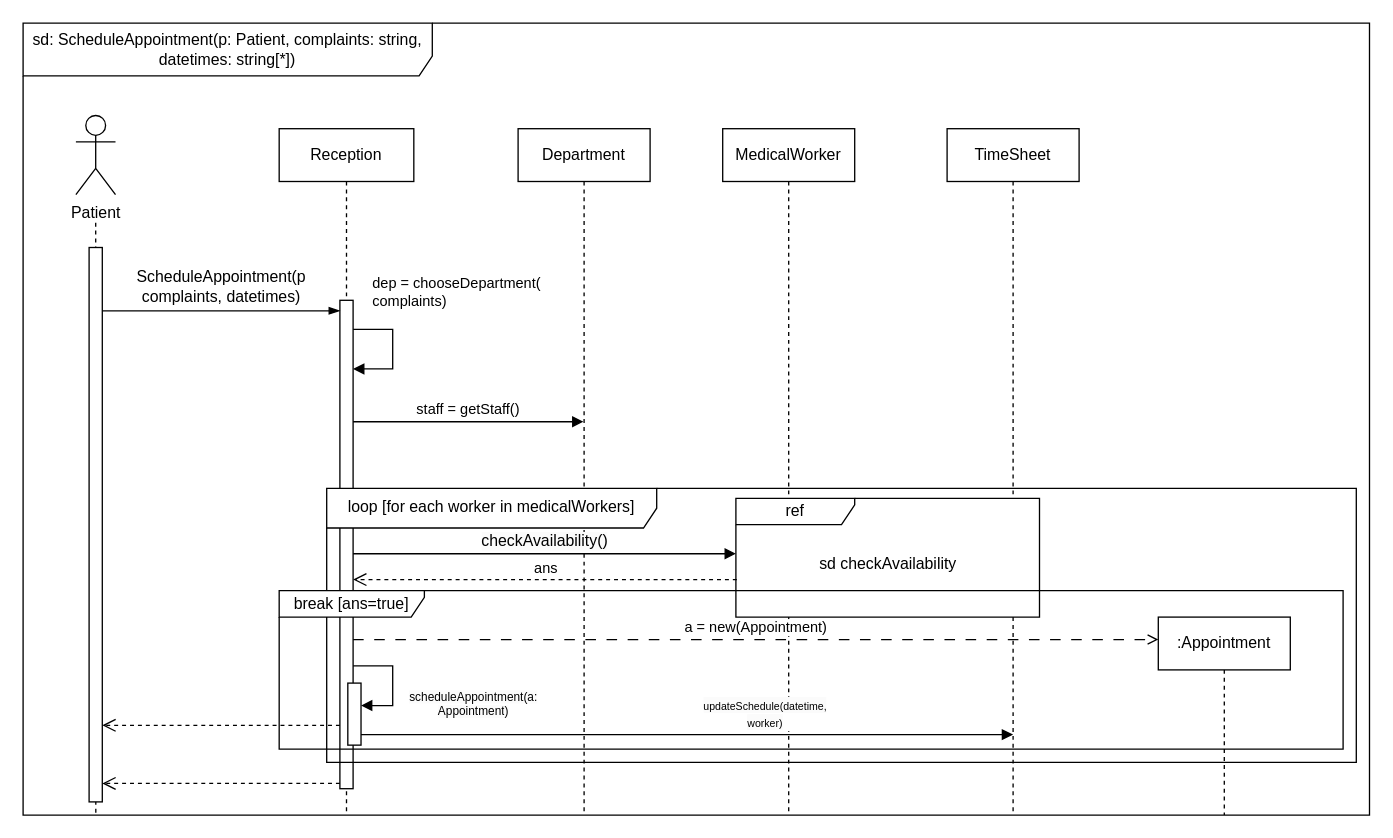
Above: page "SD1" (1 of 3) of lab2/.drawio/SD.drawio in nedeadinside/oaoaoaoaoaoaoaoa (draw.io), before the change. Source tidied: cells renumbered, new cells numbered last; positions are measured from the earlier drawing's top-left corner, leaving out a move shared by most shapes. Both pictures are drawn from the tidied source at 132%, with x=0, y=0 at pixel (22, 22).
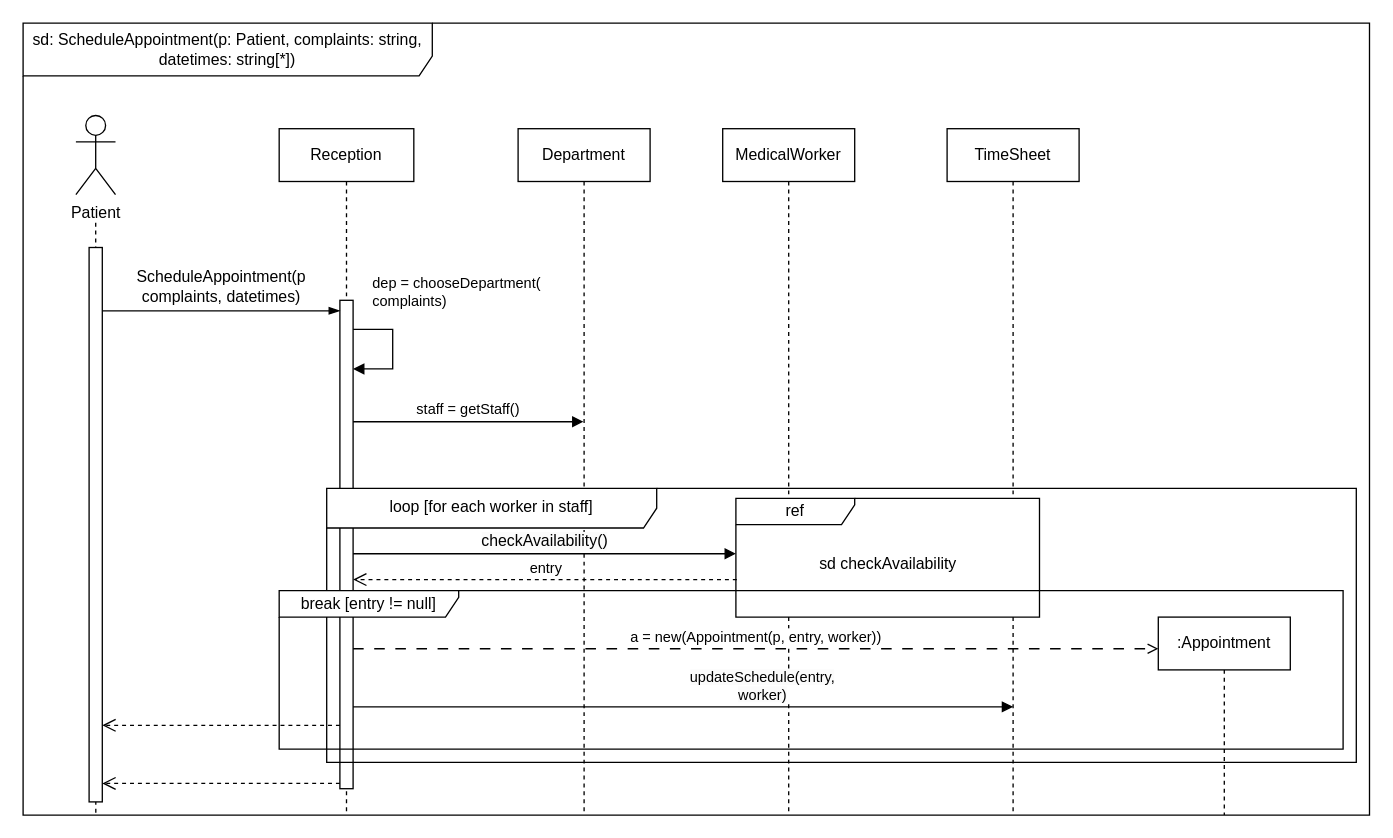
After the change.

Unchanged cells that the change refers to:
```xml
<mxCell id="10" style="html=1;points=[[0,0,0,0,5],[0,1,0,0,-5],[1,0,0,0,5],[1,1,0,0,-5]];perimeter=orthogonalPerimeter;outlineConnect=0;targetShapes=umlLifeline;portConstraint=eastwest;newEdgeStyle={&quot;curved&quot;:0,&quot;rounded&quot;:0};" parent="1" vertex="1">
  <mxGeometry x="240" y="210" width="10" height="370" as="geometry" />
</mxCell>
<mxCell id="15" value="ref" style="shape=umlFrame;whiteSpace=wrap;html=1;gradientColor=none;swimlaneFillColor=default;width=90;height=20;" parent="1" vertex="1">
  <mxGeometry x="540" y="360" width="230" height="90" as="geometry" />
</mxCell>
```

Diff of the diagram source:
```diff
@@
-    <mxCell id="18" value="loop [for each worker in medicalWorkers]" style="shape=umlFrame;whiteSpace=wrap;html=1;width=250;height=30;" parent="1" vertex="1">
+    <mxCell id="18" value="loop [for each worker in staff]" style="shape=umlFrame;whiteSpace=wrap;html=1;width=250;height=30;" parent="1" vertex="1">
       <mxGeometry x="230" y="352.5" width="780" height="207.5" as="geometry" />
     </mxCell>
@@
-    <mxCell id="20" value="break [ans=true]" style="shape=umlFrame;whiteSpace=wrap;html=1;width=110;height=20;" parent="1" vertex="1">
+    <mxCell id="20" value="break [entry != null]" style="shape=umlFrame;whiteSpace=wrap;html=1;width=136;height=20;" parent="1" vertex="1">
       <mxGeometry x="194" y="430" width="806" height="120" as="geometry" />
     </mxCell>
-    <mxCell id="21" style="html=1;perimeter=orthogonalPerimeter;targetShapes=umlLifeline;newEdgeStyle={&quot;curved&quot;:0,&quot;rounded&quot;:0};" parent="1" vertex="1">
-      <mxGeometry x="246" y="500" width="10" height="47" as="geometry" />
-    </mxCell>
-    <mxCell id="22" style="html=1;align=left;spacingLeft=2;endArrow=block;rounded=0;edgeStyle=orthogonalEdgeStyle;curved=0;rounded=0;" parent="1" edge="1">
-      <mxGeometry relative="1" as="geometry">
-        <mxPoint x="250" y="487" as="sourcePoint" />
-        <mxPoint x="256" y="517" as="targetPoint" />
-        <Array as="points">
-          <mxPoint x="280" y="517" />
-        </Array>
-      </mxGeometry>
-    </mxCell>
-    <mxCell id="23" value="&lt;span style=&quot;text-align: left; text-wrap-mode: wrap; background-color: rgb(251, 251, 251); font-size: 9px;&quot;&gt;&lt;font style=&quot;font-size: 9px;&quot;&gt;scheduleAppointment(a: Appointment&lt;/font&gt;&lt;/span&gt;&lt;span style=&quot;background-color: rgb(251, 251, 251); text-align: left; text-wrap-mode: wrap;&quot;&gt;)&lt;/span&gt;" style="edgeLabel;html=1;align=center;verticalAlign=middle;fontSize=9;" parent="22" vertex="1">
-      <mxGeometry x="0.1" y="-1" relative="1" as="geometry">
-        <mxPoint x="61" y="12" as="offset" />
-      </mxGeometry>
-    </mxCell>
-    <mxCell id="24" value="ans" style="html=1;verticalAlign=bottom;endArrow=open;dashed=1;endSize=8;curved=0;rounded=0;exitX=0.003;exitY=0.684;exitDx=0;exitDy=0;exitPerimeter=0;" parent="1" edge="1" source="15" target="10">
+    <mxCell id="24" value="entry" style="html=1;verticalAlign=bottom;endArrow=open;dashed=1;endSize=8;curved=0;rounded=0;exitX=0.003;exitY=0.684;exitDx=0;exitDy=0;exitPerimeter=0;" parent="1" edge="1" source="15" target="10">
       <mxGeometry relative="1" as="geometry" />
     </mxCell>
-    <mxCell id="25" value="&lt;span style=&quot;text-align: left; text-wrap-mode: wrap; background-color: rgb(251, 251, 251);&quot;&gt;&lt;font style=&quot;font-size: 8px;&quot;&gt;updateSchedule(datetime, worker)&lt;/font&gt;&lt;/span&gt;" style="html=1;verticalAlign=bottom;endArrow=block;curved=0;rounded=0;" parent="1" edge="1">
+    <mxCell id="25" value="&lt;span style=&quot;text-align: left; text-wrap-mode: wrap; background-color: rgb(251, 251, 251);&quot;&gt;&lt;font style=&quot;font-size: 11px;&quot;&gt;updateSchedule(entry, worker)&lt;/font&gt;&lt;/span&gt;" style="html=1;verticalAlign=bottom;endArrow=block;curved=0;rounded=0;" parent="1" edge="1">
       <mxGeometry x="0.24" relative="1" as="geometry">
-        <mxPoint x="256" y="539" as="sourcePoint" />
-        <mxPoint x="750" y="539" as="targetPoint" />
+        <mxPoint x="250" y="518" as="sourcePoint" />
+        <mxPoint x="750" y="518" as="targetPoint" />
       </mxGeometry>
     </mxCell>
@@
-    <mxCell id="27" value="a = new(Appointment)" style="html=1;verticalAlign=bottom;endArrow=open;curved=0;rounded=0;dashed=1;dashPattern=8 8;endFill=0;" parent="1" edge="1">
+    <mxCell id="27" value="a = new(Appointment(p, entry, worker))" style="html=1;verticalAlign=bottom;endArrow=open;curved=0;rounded=0;dashed=1;dashPattern=8 8;endFill=0;" parent="1" edge="1">
       <mxGeometry relative="1" as="geometry">
-        <mxPoint x="250" y="467" as="sourcePoint" />
-        <mxPoint x="860" y="467" as="targetPoint" />
+        <mxPoint x="250" y="474" as="sourcePoint" />
+        <mxPoint x="860" y="474" as="targetPoint" />
       </mxGeometry>
     </mxCell>
```
